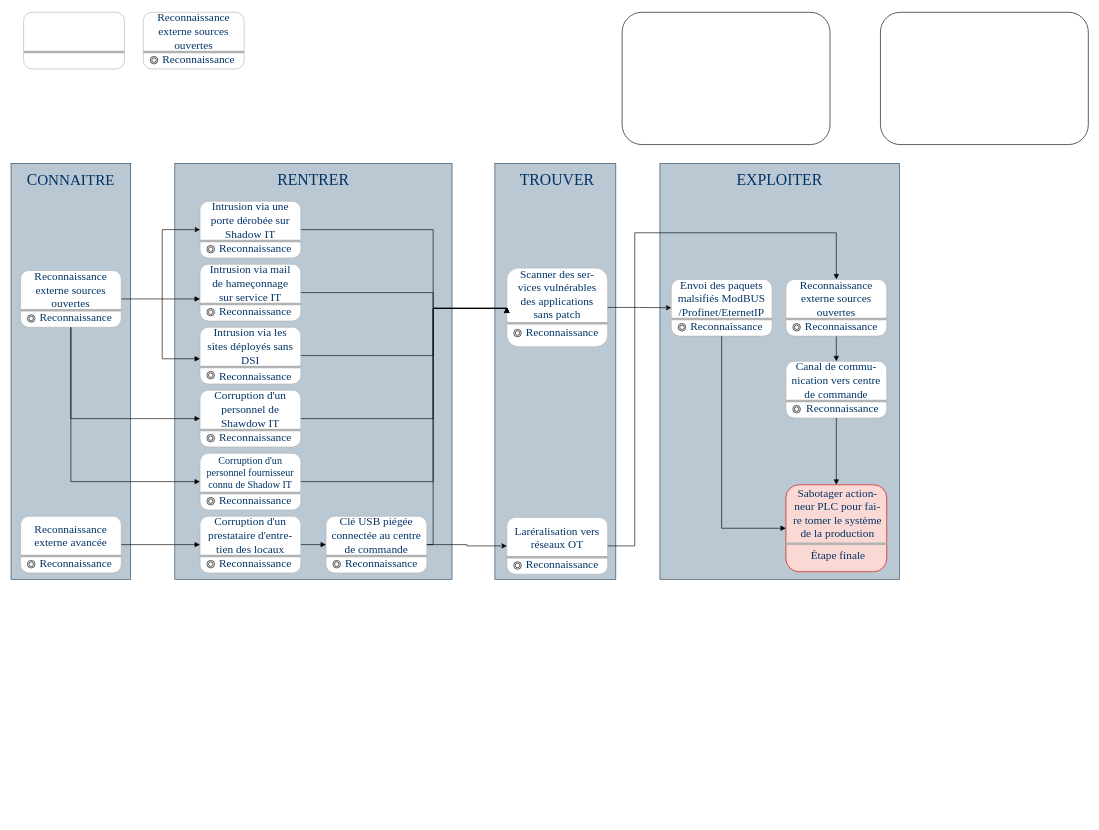
PavChang/InnovChem keeps this draw.io diagram as SO6.drawio. Above is the earlier version. Source tidied: cells renumbered, new cells numbered last; positions are measured from the earlier drawing's top-left corner, leaving out a move shared by most shapes. Both pictures are drawn from the tidied source at 63%, with x=0, y=0 at pixel (11, 12).
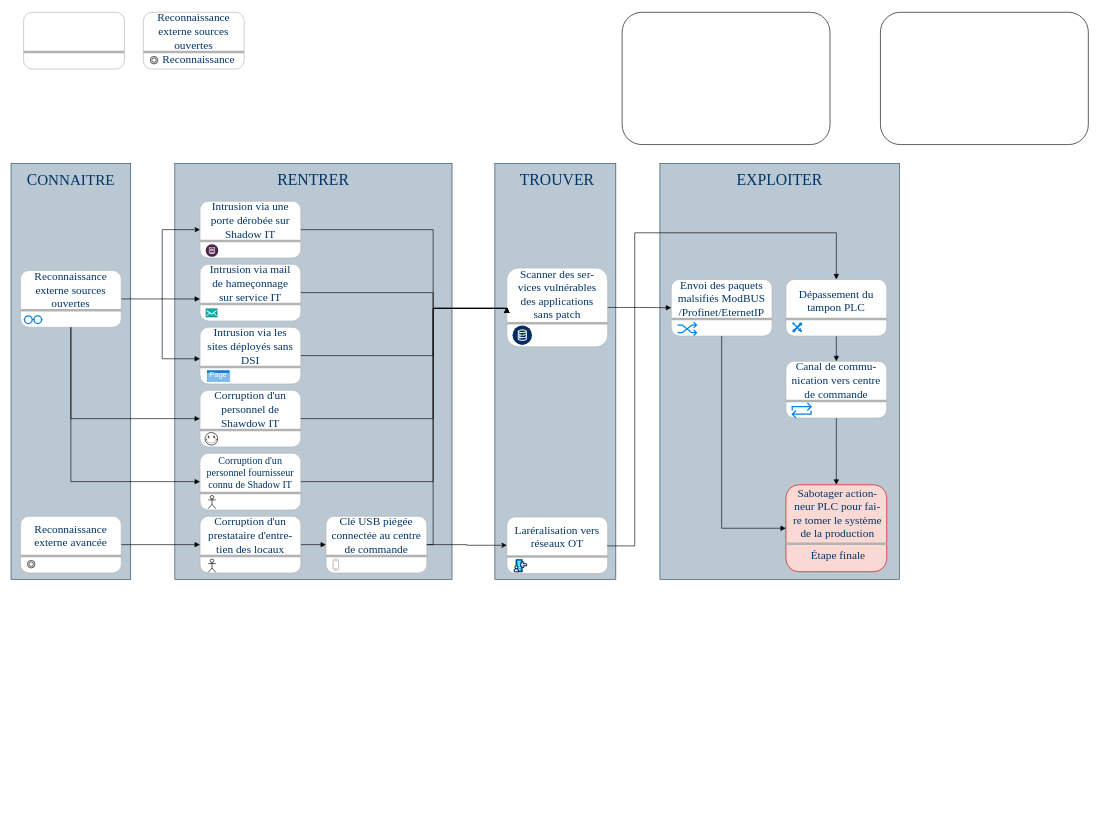
The same page after the edit.

Commit message (it also covers changes not shown here):
Mettre à jour SO6.drawio

Unchanged cells that the change refers to:
```xml
<mxCell id="11" style="group;" parent="1" vertex="1">
  <mxGeometry x="15" y="410" width="160" height="90" as="geometry" />
</mxCell>
<mxCell id="37" style="group;" parent="1" vertex="1">
  <mxGeometry x="300" y="300" width="160" height="90" as="geometry" />
</mxCell>
<mxCell id="77" style="group;" parent="1" vertex="1">
  <mxGeometry x="300" y="800" width="160" height="90" as="geometry" />
</mxCell>
<mxCell id="91" style="rounded=1;whiteSpace=wrap;html=1;glass=0;strokeColor=#B3B3B3;" parent="90" vertex="1">
  <mxGeometry width="160" height="90" as="geometry" />
</mxCell>
<mxCell id="102" style="rounded=1;whiteSpace=wrap;html=1;glass=0;strokeColor=#B3B3B3;" parent="101" vertex="1">
  <mxGeometry width="160" height="125" as="geometry" />
</mxCell>
<mxCell id="118" style="rounded=1;whiteSpace=wrap;html=1;glass=0;strokeColor=#B3B3B3;" parent="117" vertex="1">
  <mxGeometry width="160" height="90" as="geometry" />
</mxCell>
<mxCell id="125" style="group;" parent="1" vertex="1">
  <mxGeometry x="1048" y="424" width="160" height="90" as="geometry" />
</mxCell>
<mxCell id="126" style="rounded=1;whiteSpace=wrap;html=1;glass=0;strokeColor=#B3B3B3;" parent="125" vertex="1">
  <mxGeometry width="160" height="90" as="geometry" />
</mxCell>
<mxCell id="133" style="group;" parent="1" vertex="1">
  <mxGeometry x="1230" y="554" width="160" height="90" as="geometry" />
</mxCell>
<mxCell id="153" style="rounded=1;whiteSpace=wrap;html=1;glass=0;strokeColor=#CC0000;fillColor=#fad9d5;" parent="1" vertex="1">
  <mxGeometry x="1230" y="750" width="160" height="138" as="geometry" />
</mxCell>
```

What changed in the source:
```diff
@@
-    <mxCell id="15" style="ellipse;shape=doubleEllipse;whiteSpace=wrap;html=1;fontColor=#003366;" parent="11" vertex="1">
-      <mxGeometry x="11" y="70" width="12" height="12" as="geometry" />
-    </mxCell>
-    <mxCell id="16" value="&lt;font face=&quot;Times New Roman&quot; style=&quot;color: rgb(0, 51, 102); font-size: 18px;&quot;&gt;Reconnaissance&lt;/font&gt;" style="text;align=center;verticalAlign=bottom;rounded=0;spacing=0;horizontal=1;fontSize=12;labelPosition=center;verticalLabelPosition=top;spacingTop=0;spacingBottom=0;spacingLeft=0;spacingRight=0;html=1;whiteSpace=wrap;" parent="1" vertex="1">
-      <mxGeometry x="33" y="496" width="140" as="geometry" />
-    </mxCell>
+    <mxCell id="159" style="html=1;verticalLabelPosition=bottom;align=center;labelBackgroundColor=#ffffff;verticalAlign=top;strokeWidth=2;strokeColor=#0080F0;shadow=0;dashed=0;shape=mxgraph.ios7.icons.glasses;" parent="11" vertex="1">
+      <mxGeometry x="5" y="72" width="30" height="12" as="geometry" />
+    </mxCell>
@@
-    <mxCell id="32" value="&lt;font face=&quot;Times New Roman&quot; style=&quot;color: rgb(0, 51, 102); font-size: 18px;&quot;&gt;Reconnaissance&lt;/font&gt;" style="text;align=center;verticalAlign=bottom;rounded=0;spacing=0;horizontal=1;fontSize=12;labelPosition=center;verticalLabelPosition=top;spacingTop=0;spacingBottom=0;spacingLeft=0;spacingRight=0;html=1;whiteSpace=wrap;" parent="1" vertex="1">
-      <mxGeometry x="33" y="886" width="140" as="geometry" />
-    </mxCell>
@@
-    <mxCell id="41" style="ellipse;shape=doubleEllipse;whiteSpace=wrap;html=1;fontColor=#003366;" parent="37" vertex="1">
-      <mxGeometry x="11" y="70" width="12" height="12" as="geometry" />
-    </mxCell>
-    <mxCell id="42" value="&lt;font face=&quot;Times New Roman&quot; style=&quot;color: rgb(0, 51, 102); font-size: 18px;&quot;&gt;Reconnaissance&lt;/font&gt;" style="text;align=center;verticalAlign=bottom;rounded=0;spacing=0;horizontal=1;fontSize=12;labelPosition=center;verticalLabelPosition=top;spacingTop=0;spacingBottom=0;spacingLeft=0;spacingRight=0;html=1;whiteSpace=wrap;" parent="1" vertex="1">
-      <mxGeometry x="318" y="386" width="140" as="geometry" />
-    </mxCell>
+    <mxCell id="160" style="verticalLabelPosition=bottom;html=1;shape=mxgraph.salesforce.financial_services2;" parent="37" vertex="1">
+      <mxGeometry x="9" y="68" width="20" height="20" as="geometry" />
+    </mxCell>
@@
     <mxCell id="45" style="group;" parent="1" vertex="1">
-      <mxGeometry x="300" y="400" width="160" height="90" as="geometry" />
+      <mxGeometry x="300" y="400" width="160" height="111" as="geometry" />
     </mxCell>
@@
-    <mxCell id="49" style="ellipse;shape=doubleEllipse;whiteSpace=wrap;html=1;fontColor=#003366;" parent="45" vertex="1">
-      <mxGeometry x="11" y="70" width="12" height="12" as="geometry" />
-    </mxCell>
-    <mxCell id="50" value="&lt;font face=&quot;Times New Roman&quot; style=&quot;color: rgb(0, 51, 102); font-size: 18px;&quot;&gt;Reconnaissance&lt;/font&gt;" style="text;align=center;verticalAlign=bottom;rounded=0;spacing=0;horizontal=1;fontSize=12;labelPosition=center;verticalLabelPosition=top;spacingTop=0;spacingBottom=0;spacingLeft=0;spacingRight=0;html=1;whiteSpace=wrap;" parent="1" vertex="1">
-      <mxGeometry x="318" y="486" width="140" as="geometry" />
-    </mxCell>
+    <mxCell id="161" style="verticalLabelPosition=bottom;html=1;shape=mxgraph.salesforce.inbox;" parent="45" vertex="1">
+      <mxGeometry x="9" y="70" width="18.7" height="14" as="geometry" />
+    </mxCell>
@@
     <mxCell id="53" style="group;" parent="1" vertex="1">
-      <mxGeometry x="300" y="500" width="160" height="90" as="geometry" />
+      <mxGeometry x="300" y="500" width="160" height="141" as="geometry" />
     </mxCell>
@@
-    <mxCell id="57" style="ellipse;shape=doubleEllipse;whiteSpace=wrap;html=1;fontColor=#003366;" parent="53" vertex="1">
-      <mxGeometry x="11" y="70" width="12" height="12" as="geometry" />
-    </mxCell>
-    <mxCell id="58" value="&lt;font face=&quot;Times New Roman&quot; style=&quot;color: rgb(0, 51, 102); font-size: 18px;&quot;&gt;Reconnaissance&lt;/font&gt;" style="text;align=center;verticalAlign=bottom;rounded=0;spacing=0;horizontal=1;fontSize=12;labelPosition=center;verticalLabelPosition=top;spacingTop=0;spacingBottom=0;spacingLeft=0;spacingRight=0;html=1;whiteSpace=wrap;" parent="1" vertex="1">
-      <mxGeometry x="318" y="589" width="140" as="geometry" />
-    </mxCell>
+    <mxCell id="162" value="Page" style="html=1;whiteSpace=wrap;strokeColor=none;fillColor=#0079D6;labelPosition=center;verticalLabelPosition=middle;verticalAlign=top;align=center;fontSize=12;spacingTop=-6;fontColor=#FFFFFF;sketch=0;shape=mxgraph.sitemap.page;" parent="53" vertex="1">
+      <mxGeometry x="11" y="68" width="36" height="19" as="geometry" />
+    </mxCell>
@@
     <mxCell id="61" style="group;" parent="1" vertex="1">
-      <mxGeometry x="300" y="600" width="160" height="90" as="geometry" />
+      <mxGeometry x="300" y="600" width="160" height="170" as="geometry" />
     </mxCell>
@@
-    <mxCell id="65" style="ellipse;shape=doubleEllipse;whiteSpace=wrap;html=1;fontColor=#003366;" parent="61" vertex="1">
-      <mxGeometry x="11" y="70" width="12" height="12" as="geometry" />
-    </mxCell>
-    <mxCell id="66" value="&lt;font face=&quot;Times New Roman&quot; style=&quot;color: rgb(0, 51, 102); font-size: 18px;&quot;&gt;Reconnaissance&lt;/font&gt;" style="text;align=center;verticalAlign=bottom;rounded=0;spacing=0;horizontal=1;fontSize=12;labelPosition=center;verticalLabelPosition=top;spacingTop=0;spacingBottom=0;spacingLeft=0;spacingRight=0;html=1;whiteSpace=wrap;" parent="1" vertex="1">
-      <mxGeometry x="318" y="686" width="140" as="geometry" />
-    </mxCell>
+    <mxCell id="163" style="verticalLabelPosition=bottom;verticalAlign=top;html=1;shape=mxgraph.basic.smiley;" parent="61" vertex="1">
+      <mxGeometry x="8" y="67" width="20" height="20" as="geometry" />
+    </mxCell>
@@
     <mxCell id="69" style="group;" parent="1" vertex="1">
-      <mxGeometry x="300" y="700" width="160" height="90" as="geometry" />
+      <mxGeometry x="300" y="700" width="160" height="119" as="geometry" />
     </mxCell>
@@
-    <mxCell id="73" style="ellipse;shape=doubleEllipse;whiteSpace=wrap;html=1;fontColor=#003366;" parent="69" vertex="1">
-      <mxGeometry x="11" y="70" width="12" height="12" as="geometry" />
-    </mxCell>
-    <mxCell id="74" value="&lt;font face=&quot;Times New Roman&quot; style=&quot;color: rgb(0, 51, 102); font-size: 18px;&quot;&gt;Reconnaissance&lt;/font&gt;" style="text;align=center;verticalAlign=bottom;rounded=0;spacing=0;horizontal=1;fontSize=12;labelPosition=center;verticalLabelPosition=top;spacingTop=0;spacingBottom=0;spacingLeft=0;spacingRight=0;html=1;whiteSpace=wrap;" parent="1" vertex="1">
-      <mxGeometry x="318" y="786" width="140" as="geometry" />
-    </mxCell>
+    <mxCell id="164" value="Actor" style="shape=umlActor;verticalLabelPosition=bottom;verticalAlign=top;fontColor=none;noLabel=1;" parent="69" vertex="1">
+      <mxGeometry x="13" y="67" width="12" height="21" as="geometry" />
+    </mxCell>
@@
-    <mxCell id="81" style="ellipse;shape=doubleEllipse;whiteSpace=wrap;html=1;fontColor=#003366;" parent="77" vertex="1">
-      <mxGeometry x="11" y="70" width="12" height="12" as="geometry" />
-    </mxCell>
-    <mxCell id="82" value="&lt;font face=&quot;Times New Roman&quot; style=&quot;color: rgb(0, 51, 102); font-size: 18px;&quot;&gt;Reconnaissance&lt;/font&gt;" style="text;align=center;verticalAlign=bottom;rounded=0;spacing=0;horizontal=1;fontSize=12;labelPosition=center;verticalLabelPosition=top;spacingTop=0;spacingBottom=0;spacingLeft=0;spacingRight=0;html=1;whiteSpace=wrap;" parent="1" vertex="1">
-      <mxGeometry x="318" y="886" width="140" as="geometry" />
-    </mxCell>
@@
     <mxCell id="90" style="group;" parent="1" vertex="1">
-      <mxGeometry x="500" y="800" width="160" height="90" as="geometry" />
+      <mxGeometry x="500" y="800" width="230" height="482" as="geometry" />
     </mxCell>
@@
-    <mxCell id="94" style="ellipse;shape=doubleEllipse;whiteSpace=wrap;html=1;fontColor=#003366;" parent="90" vertex="1">
-      <mxGeometry x="11" y="70" width="12" height="12" as="geometry" />
-    </mxCell>
-    <mxCell id="95" value="&lt;font face=&quot;Times New Roman&quot; style=&quot;color: rgb(0, 51, 102); font-size: 18px;&quot;&gt;Reconnaissance&lt;/font&gt;" style="text;align=center;verticalAlign=bottom;rounded=0;spacing=0;horizontal=1;fontSize=12;labelPosition=center;verticalLabelPosition=top;spacingTop=0;spacingBottom=0;spacingLeft=0;spacingRight=0;html=1;whiteSpace=wrap;" parent="1" vertex="1">
-      <mxGeometry x="518" y="886" width="140" as="geometry" />
-    </mxCell>
+    <mxCell id="165" style="html=1;verticalLabelPosition=bottom;labelBackgroundColor=#ffffff;verticalAlign=top;shadow=0;dashed=0;strokeWidth=1;shape=mxgraph.ios7.misc.iphone;strokeColor=#c0c0c0;" parent="90" vertex="1">
+      <mxGeometry x="11" y="68" width="9" height="18" as="geometry" />
+    </mxCell>
@@
     <mxCell id="101" style="group;" parent="1" vertex="1">
-      <mxGeometry x="787" y="406" width="160" height="125" as="geometry" />
+      <mxGeometry x="787" y="406" width="160" height="149" as="geometry" />
     </mxCell>
@@
-    <mxCell id="105" style="ellipse;shape=doubleEllipse;whiteSpace=wrap;html=1;fontColor=#003366;" parent="101" vertex="1">
-      <mxGeometry x="11" y="97.2" width="12" height="12" as="geometry" />
-    </mxCell>
-    <mxCell id="106" value="&lt;font face=&quot;Times New Roman&quot; style=&quot;color: rgb(0, 51, 102); font-size: 18px;&quot;&gt;Reconnaissance&lt;/font&gt;" style="text;align=center;verticalAlign=bottom;rounded=0;spacing=0;horizontal=1;fontSize=12;labelPosition=center;verticalLabelPosition=top;spacingTop=0;spacingBottom=0;spacingLeft=0;spacingRight=0;html=1;whiteSpace=wrap;" parent="1" vertex="1">
-      <mxGeometry x="805" y="520" width="140" as="geometry" />
-    </mxCell>
+    <mxCell id="166" style="verticalLabelPosition=bottom;html=1;shape=mxgraph.salesforce.data2;" parent="101" vertex="1">
+      <mxGeometry x="9" y="91" width="31" height="31" as="geometry" />
+    </mxCell>
@@
     <mxCell id="115" style="shape=link;html=1;rounded=0;" parent="1" edge="1">
       <mxGeometry relative="1" as="geometry">
-        <mxPoint x="794.5" y="832" as="sourcePoint" />
-        <mxPoint x="794.5" y="832" as="targetPoint" />
+        <mxPoint x="794.5" y="831" as="sourcePoint" />
+        <mxPoint x="794.5" y="831" as="targetPoint" />
       </mxGeometry>
     </mxCell>
     <mxCell id="116" style="shape=link;html=1;rounded=0;" parent="1" edge="1">
       <mxGeometry relative="1" as="geometry">
-        <mxPoint x="794.5" y="832" as="sourcePoint" />
-        <mxPoint x="794.5" y="832" as="targetPoint" />
+        <mxPoint x="794.5" y="831" as="sourcePoint" />
+        <mxPoint x="794.5" y="831" as="targetPoint" />
       </mxGeometry>
     </mxCell>
     <mxCell id="117" style="group;" parent="1" vertex="1">
-      <mxGeometry x="787" y="802" width="160" height="90" as="geometry" />
+      <mxGeometry x="787" y="801" width="160" height="127.8" as="geometry" />
     </mxCell>
@@
-    <mxCell id="121" style="ellipse;shape=doubleEllipse;whiteSpace=wrap;html=1;fontColor=#003366;" parent="117" vertex="1">
-      <mxGeometry x="11" y="70" width="12" height="12" as="geometry" />
-    </mxCell>
-    <mxCell id="122" value="&lt;font face=&quot;Times New Roman&quot; style=&quot;color: rgb(0, 51, 102); font-size: 18px;&quot;&gt;Reconnaissance&lt;/font&gt;" style="text;align=center;verticalAlign=bottom;rounded=0;spacing=0;horizontal=1;fontSize=12;labelPosition=center;verticalLabelPosition=top;spacingTop=0;spacingBottom=0;spacingLeft=0;spacingRight=0;html=1;whiteSpace=wrap;" parent="1" vertex="1">
-      <mxGeometry x="805" y="888" width="140" as="geometry" />
-    </mxCell>
+    <mxCell id="167" style="verticalLabelPosition=bottom;html=1;shape=mxgraph.salesforce.work_com;" parent="117" vertex="1">
+      <mxGeometry x="11" y="67" width="21.4" height="21" as="geometry" />
+    </mxCell>
@@
-    <mxCell id="129" style="ellipse;shape=doubleEllipse;whiteSpace=wrap;html=1;fontColor=#003366;" parent="125" vertex="1">
-      <mxGeometry x="11" y="70" width="12" height="12" as="geometry" />
-    </mxCell>
-    <mxCell id="130" value="&lt;font face=&quot;Times New Roman&quot; style=&quot;color: rgb(0, 51, 102); font-size: 18px;&quot;&gt;Reconnaissance&lt;/font&gt;" style="text;align=center;verticalAlign=bottom;rounded=0;spacing=0;horizontal=1;fontSize=12;labelPosition=center;verticalLabelPosition=top;spacingTop=0;spacingBottom=0;spacingLeft=0;spacingRight=0;html=1;whiteSpace=wrap;" parent="1" vertex="1">
-      <mxGeometry x="1066" y="510" width="140" as="geometry" />
-    </mxCell>
+    <mxCell id="168" style="html=1;verticalLabelPosition=bottom;align=center;labelBackgroundColor=#ffffff;verticalAlign=top;strokeWidth=2;strokeColor=#0080F0;shadow=0;dashed=0;shape=mxgraph.ios7.icons.shuffle;" parent="125" vertex="1">
+      <mxGeometry x="10" y="68" width="30" height="21" as="geometry" />
+    </mxCell>
@@
-    <mxCell id="137" style="ellipse;shape=doubleEllipse;whiteSpace=wrap;html=1;fontColor=#003366;" parent="133" vertex="1">
-      <mxGeometry x="11" y="70" width="12" height="12" as="geometry" />
-    </mxCell>
-    <mxCell id="138" value="&lt;font face=&quot;Times New Roman&quot; style=&quot;color: rgb(0, 51, 102); font-size: 18px;&quot;&gt;Reconnaissance&lt;/font&gt;" style="text;align=center;verticalAlign=bottom;rounded=0;spacing=0;horizontal=1;fontSize=12;labelPosition=center;verticalLabelPosition=top;spacingTop=0;spacingBottom=0;spacingLeft=0;spacingRight=0;html=1;whiteSpace=wrap;" parent="1" vertex="1">
-      <mxGeometry x="1250" y="640" width="140" as="geometry" />
-    </mxCell>
+    <mxCell id="169" style="html=1;verticalLabelPosition=bottom;align=center;labelBackgroundColor=#ffffff;verticalAlign=top;strokeWidth=2;strokeColor=#0080F0;shadow=0;dashed=0;shape=mxgraph.ios7.icons.repeat;" parent="133" vertex="1">
+      <mxGeometry x="10" y="66" width="30" height="24" as="geometry" />
+    </mxCell>
@@
     <mxCell id="143" style="group;" parent="1" vertex="1">
-      <mxGeometry x="1230" y="424" width="160" height="90" as="geometry" />
+      <mxGeometry x="1230" y="424" width="160" height="95.7" as="geometry" />
     </mxCell>
@@
-    <mxCell id="146" value="&lt;font face=&quot;Times New Roman&quot; style=&quot;color: rgb(0, 51, 102); font-size: 18px;&quot;&gt;Reconnaissance externe sources ouvertes&lt;/font&gt;" style="text;align=center;verticalAlign=bottom;rounded=0;spacing=0;horizontal=1;fontSize=12;labelPosition=center;verticalLabelPosition=top;spacingTop=0;spacingBottom=0;spacingLeft=0;spacingRight=0;html=1;whiteSpace=wrap;" parent="143" vertex="1">
-      <mxGeometry x="10" y="63" width="140" as="geometry" />
+    <mxCell id="146" value="&lt;font face=&quot;Times New Roman&quot; style=&quot;color: rgb(0, 51, 102); font-size: 18px;&quot;&gt;Dépassement du tampon PLC&lt;/font&gt;" style="text;align=center;verticalAlign=bottom;rounded=0;spacing=0;horizontal=1;fontSize=12;labelPosition=center;verticalLabelPosition=top;spacingTop=0;spacingBottom=0;spacingLeft=0;spacingRight=0;html=1;whiteSpace=wrap;" parent="143" vertex="1">
+      <mxGeometry x="10" y="56" width="140" as="geometry" />
     </mxCell>
-    <mxCell id="147" style="ellipse;shape=doubleEllipse;whiteSpace=wrap;html=1;fontColor=#003366;" parent="143" vertex="1">
-      <mxGeometry x="11" y="70" width="12" height="12" as="geometry" />
-    </mxCell>
-    <mxCell id="148" value="&lt;font face=&quot;Times New Roman&quot; style=&quot;color: rgb(0, 51, 102); font-size: 18px;&quot;&gt;Reconnaissance&lt;/font&gt;" style="text;align=center;verticalAlign=bottom;rounded=0;spacing=0;horizontal=1;fontSize=12;labelPosition=center;verticalLabelPosition=top;spacingTop=0;spacingBottom=0;spacingLeft=0;spacingRight=0;html=1;whiteSpace=wrap;" parent="1" vertex="1">
-      <mxGeometry x="1248" y="510" width="140" as="geometry" />
-    </mxCell>
+    <mxCell id="170" style="html=1;verticalLabelPosition=bottom;align=center;labelBackgroundColor=#ffffff;verticalAlign=top;strokeWidth=2;strokeColor=#0080F0;shadow=0;dashed=0;shape=mxgraph.ios7.icons.tools;" parent="143" vertex="1">
+      <mxGeometry x="11" y="69" width="14" height="14" as="geometry" />
+    </mxCell>
@@
-    <mxCell id="150" style="edgeStyle=orthogonalEdgeStyle;rounded=0;jettySize=auto;html=1;exitX=1;exitY=0.5;exitDx=0;exitDy=0;entryX=0;entryY=0.5;entryDx=0;entryDy=0;" parent="1" edge="1" source="102" target="126">
+    <mxCell id="150" style="edgeStyle=orthogonalEdgeStyle;rounded=0;jettySize=auto;html=1;exitX=1;exitY=0.5;exitDx=0;exitDy=0;entryX=0;entryY=0.5;entryDx=0;entryDy=0;endArrow=block;endFill=1;" parent="1" edge="1" source="102" target="126">
       <mxGeometry relative="1" as="geometry" />
     </mxCell>
@@
+    <mxCell id="158" style="edgeStyle=orthogonalEdgeStyle;rounded=0;jettySize=auto;html=1;exitX=1;exitY=0.5;exitDx=0;exitDy=0;entryX=0;entryY=0.5;entryDx=0;entryDy=0;" parent="1" edge="1" source="91" target="118">
+      <mxGeometry relative="1" as="geometry" />
+    </mxCell>
+    <mxCell id="171" value="Actor" style="shape=umlActor;verticalLabelPosition=bottom;verticalAlign=top;fontColor=none;noLabel=1;" parent="1" vertex="1">
+      <mxGeometry x="313" y="868" width="12" height="21" as="geometry" />
+    </mxCell>
     <mxCell id="157" style="edgeStyle=orthogonalEdgeStyle;rounded=0;jettySize=auto;html=1;exitX=0.5;exitY=1;exitDx=0;exitDy=0;entryX=0;entryY=0.5;entryDx=0;entryDy=0;endArrow=block;endFill=1;" parent="1" edge="1" source="126" target="153">
-      <mxGeometry relative="1" as="geometry" />
+      <mxGeometry relative="1" as="geometry">
+        <Array as="points">
+          <mxPoint x="1128" y="819" />
+        </Array>
+      </mxGeometry>
     </mxCell>
-    <mxCell id="158" style="edgeStyle=orthogonalEdgeStyle;rounded=0;jettySize=auto;html=1;exitX=1;exitY=0.5;exitDx=0;exitDy=0;entryX=0;entryY=0.5;entryDx=0;entryDy=0;" parent="1" edge="1" source="91" target="118">
-      <mxGeometry relative="1" as="geometry" />
-    </mxCell>
```
